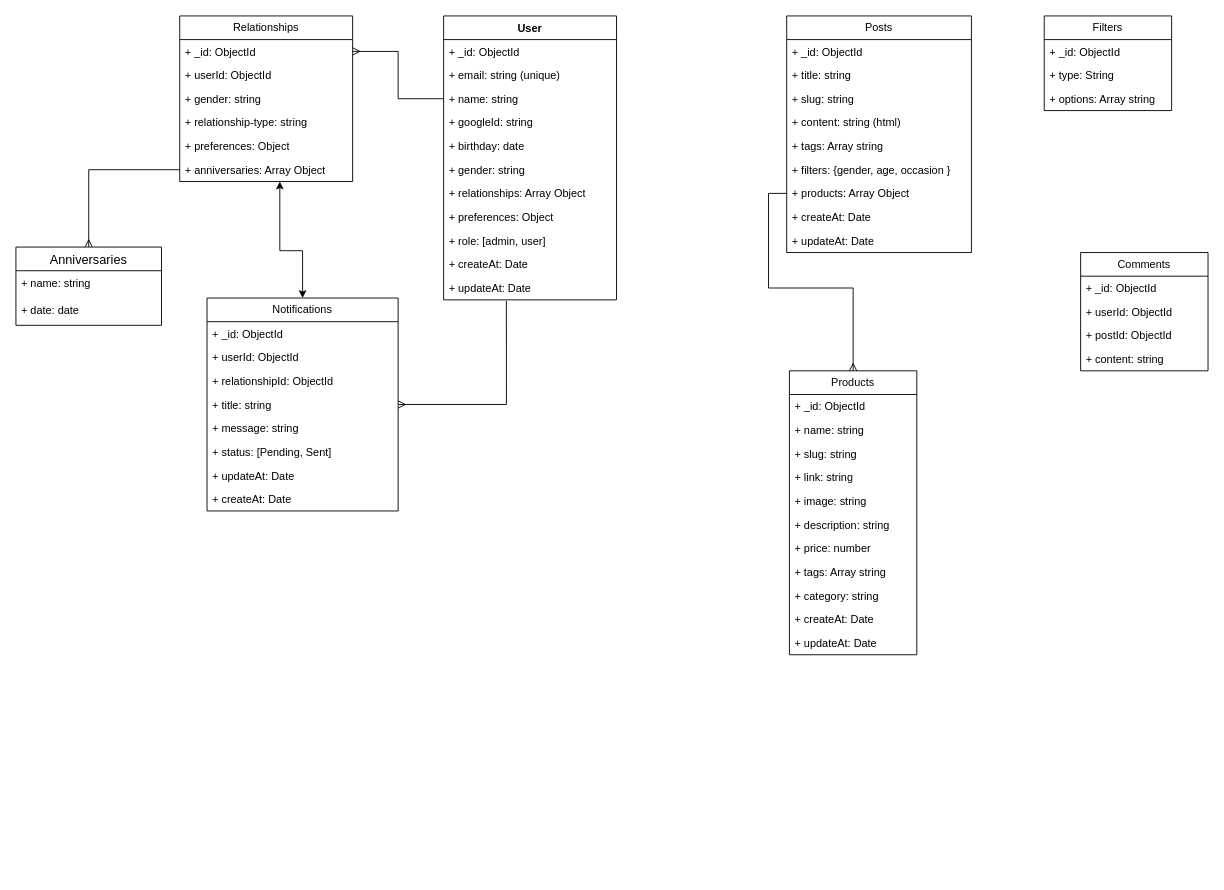
The draw.io diagram Biểu đồ gợi ý tặng quà.drawio in Baodt2911/goiytangqua, before the edit. Source tidied: cells renumbered, new cells numbered last; positions are measured from the earlier drawing's top-left corner, leaving out a move shared by most shapes. Both pictures are drawn from the tidied source at 91%, with x=0, y=0 at pixel (15, 15).
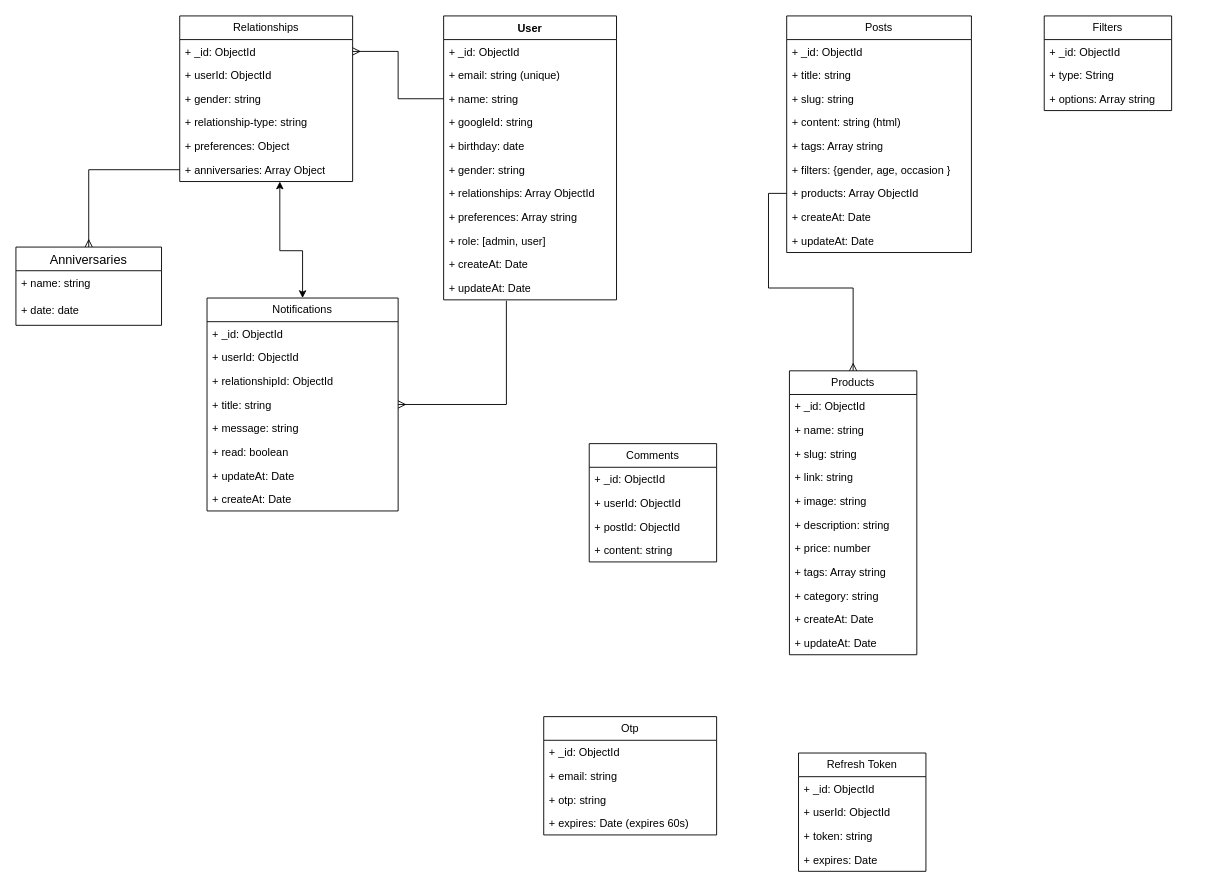
The same diagram, later.

Commit message:
Cập nhật Biểu đồ gợi ý tặng quà.drawio

Unchanged cells that the change refers to:
```xml
<mxCell id="2" value="User" style="swimlane;fontStyle=1;align=center;verticalAlign=top;horizontal=1;startSize=26;whiteSpace=wrap;html=1;" parent="1" vertex="1">
  <mxGeometry x="470" width="190" height="312" as="geometry" />
</mxCell>
<mxCell id="14" value="Posts" style="swimlane;fontStyle=0;horizontal=1;startSize=26;fillColor=none;whiteSpace=wrap;html=1;" parent="1" vertex="1">
  <mxGeometry x="847" width="203" height="260" as="geometry" />
</mxCell>
<mxCell id="54" value="Notifications" style="swimlane;fontStyle=0;horizontal=1;startSize=26;fillColor=none;whiteSpace=wrap;html=1;" parent="1" vertex="1">
  <mxGeometry x="210" y="310" width="210" height="234" as="geometry" />
</mxCell>
```

What changed in the source:
```diff
@@
-    <mxCell id="9" value="+ relationships: Array Object" style="text;strokeColor=none;fillColor=none;align=left;verticalAlign=top;spacingLeft=4;spacingRight=4;overflow=hidden;whiteSpace=wrap;html=1;" parent="2" vertex="1">
+    <mxCell id="9" value="+ relationships: Array ObjectId&lt;div&gt;&lt;br&gt;&lt;/div&gt;" style="text;strokeColor=none;fillColor=none;align=left;verticalAlign=top;spacingLeft=4;spacingRight=4;overflow=hidden;whiteSpace=wrap;html=1;" parent="2" vertex="1">
       <mxGeometry y="182" width="190" height="26" as="geometry" />
     </mxCell>
-    <mxCell id="10" value="+ preferences: Object" style="text;strokeColor=none;fillColor=none;align=left;verticalAlign=top;spacingLeft=4;spacingRight=4;overflow=hidden;whiteSpace=wrap;html=1;" parent="2" vertex="1">
+    <mxCell id="10" value="+ preferences: Array string" style="text;strokeColor=none;fillColor=none;align=left;verticalAlign=top;spacingLeft=4;spacingRight=4;overflow=hidden;whiteSpace=wrap;html=1;" parent="2" vertex="1">
       <mxGeometry y="208" width="190" height="26" as="geometry" />
     </mxCell>
@@
-    <mxCell id="21" value="+ products: Array Object" style="text;strokeColor=none;fillColor=none;align=left;verticalAlign=top;spacingLeft=4;spacingRight=4;overflow=hidden;points=[[0,0.5],[1,0.5]];portConstraint=eastwest;whiteSpace=wrap;html=1;" parent="14" vertex="1">
+    <mxCell id="21" value="+ products: Array ObjectId" style="text;strokeColor=none;fillColor=none;align=left;verticalAlign=top;spacingLeft=4;spacingRight=4;overflow=hidden;points=[[0,0.5],[1,0.5]];portConstraint=eastwest;whiteSpace=wrap;html=1;" parent="14" vertex="1">
       <mxGeometry y="182" width="203" height="26" as="geometry" />
     </mxCell>
@@
-    <mxCell id="60" value="+ status: [Pending, Sent]" style="text;strokeColor=none;fillColor=none;align=left;verticalAlign=top;spacingLeft=4;spacingRight=4;overflow=hidden;whiteSpace=wrap;html=1;" parent="54" vertex="1">
+    <mxCell id="60" value="+ read: boolean" style="text;strokeColor=none;fillColor=none;align=left;verticalAlign=top;spacingLeft=4;spacingRight=4;overflow=hidden;whiteSpace=wrap;html=1;" parent="54" vertex="1">
       <mxGeometry y="156" width="210" height="26" as="geometry" />
     </mxCell>
@@
     <mxCell id="64" value="Comments" style="swimlane;fontStyle=0;horizontal=1;startSize=26;fillColor=none;whiteSpace=wrap;html=1;" parent="1" vertex="1">
-      <mxGeometry x="1170" y="260" width="140" height="130" as="geometry" />
+      <mxGeometry x="630" y="470" width="140" height="130" as="geometry" />
     </mxCell>
@@
+    <mxCell id="69" value="Otp" style="swimlane;fontStyle=0;horizontal=1;startSize=26;fillColor=none;whiteSpace=wrap;html=1;" parent="1" vertex="1">
+      <mxGeometry x="580" y="770" width="190" height="130" as="geometry" />
+    </mxCell>
+    <mxCell id="70" value="+ _id: ObjectId" style="text;strokeColor=none;fillColor=none;align=left;verticalAlign=top;spacingLeft=4;spacingRight=4;overflow=hidden;whiteSpace=wrap;html=1;" parent="69" vertex="1">
+      <mxGeometry y="26" width="190" height="26" as="geometry" />
+    </mxCell>
+    <mxCell id="71" value="+ email: string" style="text;strokeColor=none;fillColor=none;align=left;verticalAlign=top;spacingLeft=4;spacingRight=4;overflow=hidden;whiteSpace=wrap;html=1;" parent="69" vertex="1">
+      <mxGeometry y="52" width="190" height="26" as="geometry" />
+    </mxCell>
+    <mxCell id="72" value="+ otp: string" style="text;strokeColor=none;fillColor=none;align=left;verticalAlign=top;spacingLeft=4;spacingRight=4;overflow=hidden;whiteSpace=wrap;html=1;" parent="69" vertex="1">
+      <mxGeometry y="78" width="190" height="26" as="geometry" />
+    </mxCell>
+    <mxCell id="73" value="+ expires: Date (expires 60s)" style="text;strokeColor=none;fillColor=none;align=left;verticalAlign=top;spacingLeft=4;spacingRight=4;overflow=hidden;whiteSpace=wrap;html=1;" parent="69" vertex="1">
+      <mxGeometry y="104" width="190" height="26" as="geometry" />
+    </mxCell>
+    <mxCell id="74" value="Refresh Token" style="swimlane;fontStyle=0;horizontal=1;startSize=26;fillColor=none;whiteSpace=wrap;html=1;" parent="1" vertex="1">
+      <mxGeometry x="860" y="810" width="140" height="130" as="geometry" />
+    </mxCell>
+    <mxCell id="75" value="+ _id: ObjectId" style="text;strokeColor=none;fillColor=none;align=left;verticalAlign=top;spacingLeft=4;spacingRight=4;overflow=hidden;whiteSpace=wrap;html=1;" parent="74" vertex="1">
+      <mxGeometry y="26" width="140" height="26" as="geometry" />
+    </mxCell>
+    <mxCell id="76" value="+ userId: ObjectId" style="text;strokeColor=none;fillColor=none;align=left;verticalAlign=top;spacingLeft=4;spacingRight=4;overflow=hidden;whiteSpace=wrap;html=1;" parent="74" vertex="1">
+      <mxGeometry y="52" width="140" height="26" as="geometry" />
+    </mxCell>
+    <mxCell id="77" value="+ token: string" style="text;strokeColor=none;fillColor=none;align=left;verticalAlign=top;spacingLeft=4;spacingRight=4;overflow=hidden;whiteSpace=wrap;html=1;" parent="74" vertex="1">
+      <mxGeometry y="78" width="140" height="26" as="geometry" />
+    </mxCell>
+    <mxCell id="78" value="+ expires: Date" style="text;strokeColor=none;fillColor=none;align=left;verticalAlign=top;spacingLeft=4;spacingRight=4;overflow=hidden;whiteSpace=wrap;html=1;" parent="74" vertex="1">
+      <mxGeometry y="104" width="140" height="26" as="geometry" />
+    </mxCell>
```
